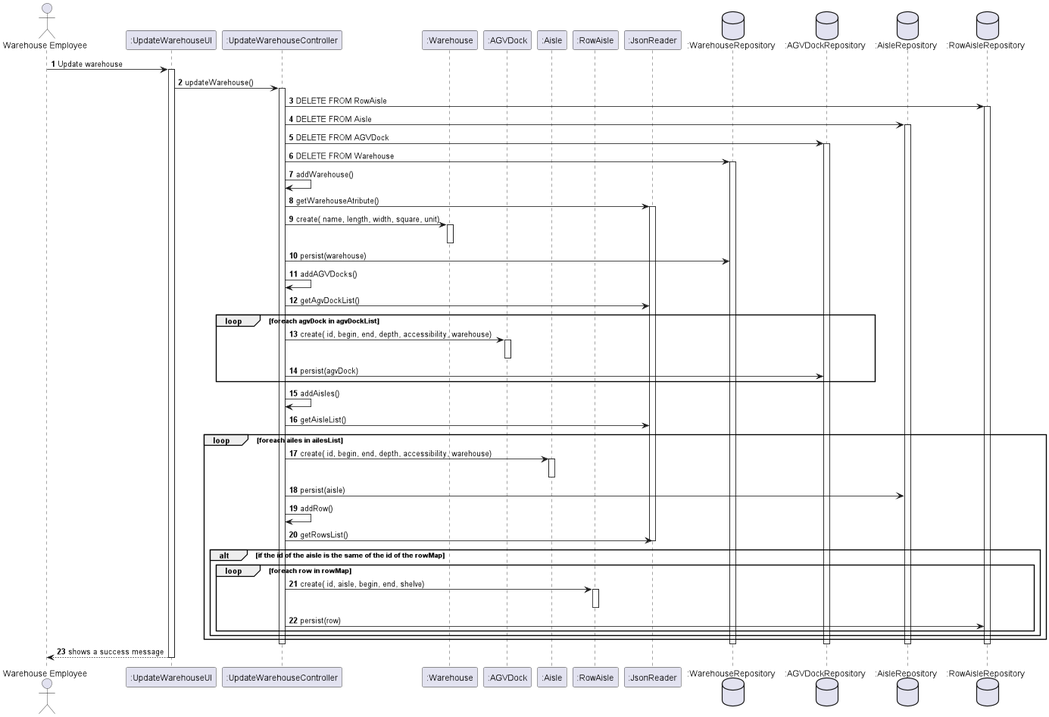
jsmarques98/LAPR4-ISEP keeps this PlantUML diagram as documentation/SprintB/UserStories/US2001_UpdateWarehouse/US2001_UpdateWarehouse.png. Above is the earlier version. Source of this version:
```plantuml
@startuml

autonumber
actor "Warehouse Employee" as we


participant ":UpdateWarehouseUI" as us
participant ":UpdateWarehouseController" as c
participant ":Warehouse" as w
participant ":AGVDock" as agv
participant ":Aisle" as a
participant ":RowAisle" as ra
participant ":JsonReader" as jr
database ":WarehouseRepository" as wr
database ":AGVDockRepository" as agvr
database ":AisleRepository" as ar
database ":RowAisleRepository" as rar





we -> us : Update warehouse
activate us

us -> c : updateWarehouse()

activate c

c->rar: DELETE FROM RowAisle
activate rar
c->ar: DELETE FROM Aisle
activate ar
c->agvr: DELETE FROM AGVDock
activate agvr
c->wr: DELETE FROM Warehouse
activate wr
c->c: addWarehouse()
c-> jr : getWarehouseAtribute()
activate jr
c->w :create( name, length, width, square, unit)
activate w
deactivate w
c->wr : persist(warehouse)
c->c : addAGVDocks()
c->jr: getAgvDockList()
loop foreach agvDock in agvDockList
c->agv: create( id, begin, end, depth, accessibility, warehouse)
activate agv
deactivate agv
c->agvr: persist(agvDock)
end
c->c: addAisles()
c->jr: getAisleList()
loop foreach ailes in ailesList
c->a: create( id, begin, end, depth, accessibility, warehouse)
activate a
deactivate a
c->ar: persist(aisle)
c->c: addRow()
c->jr: getRowsList()
deactivate jr
alt if the id of the aisle is the same of the id of the rowMap
loop foreach row in rowMap
c->ra: create( id, aisle, begin, end, shelve)
activate ra
deactivate ra
c->rar: persist(row)
end
end
end
deactivate rar
deactivate ar
deactivate wr
deactivate agvr

deactivate c
us --> we : shows a success message
deactivate us
deactivate we
@enduml
```
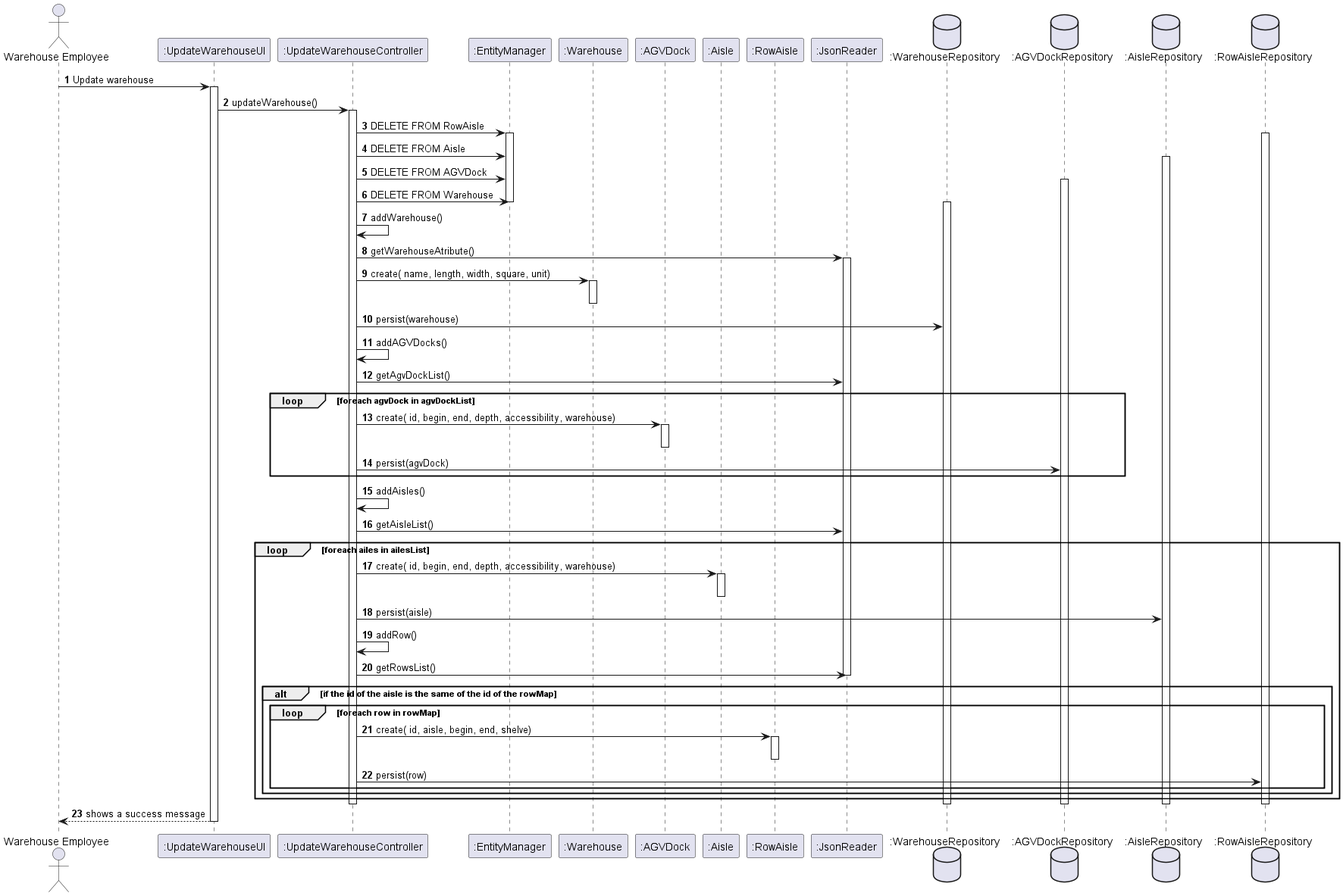
Above is the later version.

The edit, as a diff of the source:
```diff
@@ -6,6 +6,7 @@
 
 participant ":UpdateWarehouseUI" as us
 participant ":UpdateWarehouseController" as c
+participant ":EntityManager" as e
 participant ":Warehouse" as w
 participant ":AGVDock" as agv
 participant ":Aisle" as a
@@ -27,13 +28,15 @@
 
 activate c
 
-c->rar: DELETE FROM RowAisle
+c->e: DELETE FROM RowAisle
+activate e
 activate rar
-c->ar: DELETE FROM Aisle
+c->e: DELETE FROM Aisle
 activate ar
-c->agvr: DELETE FROM AGVDock
+c->e: DELETE FROM AGVDock
 activate agvr
-c->wr: DELETE FROM Warehouse
+c->e: DELETE FROM Warehouse
+deactivate e
 activate wr
 c->c: addWarehouse()
 c-> jr : getWarehouseAtribute()
```
